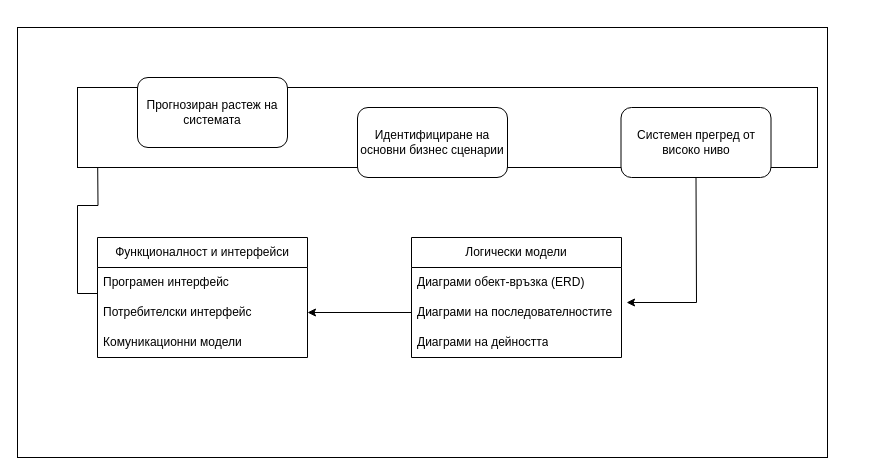
Before: Chapter2/DesignProcessIterations.drawio in profjordanov/phd, a draw.io diagram. Source tidied: cells renumbered, new cells numbered last; positions are measured from the earlier drawing's top-left corner, leaving out a move shared by most shapes. Both pictures are drawn from the tidied source at 100%, with x=0, y=0 at pixel (17, 27).
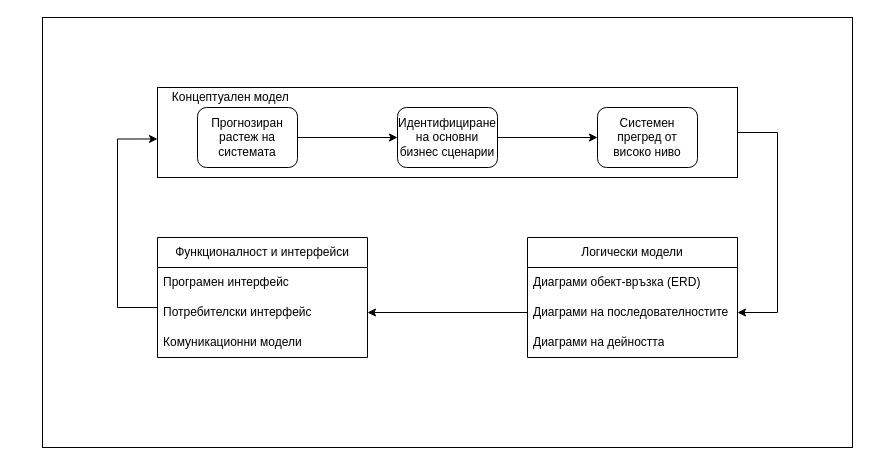
Above is the later version.

Unchanged cells that the change refers to:
```xml
<mxCell id="7" value="Диаграми на последователностите" style="text;strokeColor=none;fillColor=none;align=left;verticalAlign=middle;spacingLeft=4;spacingRight=4;overflow=hidden;points=[[0,0.5],[1,0.5]];portConstraint=eastwest;whiteSpace=wrap;html=1;" parent="5" vertex="1">
  <mxGeometry y="60" width="210" height="30" as="geometry" />
</mxCell>
<mxCell id="12" value="Програмен интерфейс" style="text;strokeColor=none;fillColor=none;align=left;verticalAlign=middle;spacingLeft=4;spacingRight=4;overflow=hidden;points=[[0,0.5],[1,0.5]];portConstraint=eastwest;whiteSpace=wrap;html=1;" parent="11" vertex="1">
  <mxGeometry y="30" width="210" height="30" as="geometry" />
</mxCell>
```

The edit, as a diff of the source:
```diff
@@
     <mxCell id="2" style="rounded=0;whiteSpace=wrap;html=1;" parent="1" vertex="1">
-      <mxGeometry width="810" height="430" as="geometry" />
+      <mxGeometry x="25" y="-10" width="810" height="430" as="geometry" />
     </mxCell>
     <mxCell id="3" style="edgeStyle=orthogonalEdgeStyle;rounded=0;orthogonalLoop=1;jettySize=auto;html=1;" parent="1" edge="1">
       <mxGeometry relative="1" as="geometry">
-        <mxPoint x="230" y="115" as="sourcePoint" />
-        <mxPoint x="340" y="115" as="targetPoint" />
+        <mxPoint x="310" y="115" as="sourcePoint" />
+        <mxPoint x="420" y="115" as="targetPoint" />
       </mxGeometry>
     </mxCell>
     <mxCell id="4" style="edgeStyle=orthogonalEdgeStyle;rounded=0;orthogonalLoop=1;jettySize=auto;html=1;" parent="1" edge="1">
       <mxGeometry relative="1" as="geometry">
-        <mxPoint x="490" y="115" as="sourcePoint" />
-        <mxPoint x="603.5" y="115" as="targetPoint" />
+        <mxPoint x="570" y="115" as="sourcePoint" />
+        <mxPoint x="683.5" y="115" as="targetPoint" />
       </mxGeometry>
     </mxCell>
     <mxCell id="5" value="Логически модели" style="swimlane;fontStyle=0;horizontal=1;startSize=30;whiteSpace=wrap;html=1;" parent="1" vertex="1">
-      <mxGeometry x="394" y="210" width="210" height="120" as="geometry" />
+      <mxGeometry x="510" y="210" width="210" height="120" as="geometry" />
     </mxCell>
@@
-    <mxCell id="9" style="edgeStyle=orthogonalEdgeStyle;rounded=0;jettySize=auto;html=1;entryX=1.024;entryY=0.167;entryDx=0;entryDy=0;entryPerimeter=0;" parent="1" edge="1" target="7">
-      <mxGeometry relative="1" as="geometry">
-        <mxPoint x="678.5" y="150" as="sourcePoint" />
-      </mxGeometry>
-    </mxCell>
-    <mxCell id="10" style="edgeStyle=orthogonalEdgeStyle;rounded=0;jettySize=auto;html=1;entryX=0;entryY=0.5;entryDx=0;entryDy=0;exitX=0;exitY=0.867;exitDx=0;exitDy=0;exitPerimeter=0;" parent="1" edge="1" source="12">
-      <mxGeometry relative="1" as="geometry">
-        <mxPoint x="80" y="115" as="targetPoint" />
-      </mxGeometry>
-    </mxCell>
     <mxCell id="11" value="Функционалност и интерфейси" style="swimlane;fontStyle=0;horizontal=1;startSize=30;whiteSpace=wrap;html=1;" parent="1" vertex="1">
-      <mxGeometry x="80" y="210" width="210" height="120" as="geometry" />
+      <mxGeometry x="140" y="210" width="210" height="120" as="geometry" />
     </mxCell>
@@
+    <mxCell id="20" style="edgeStyle=orthogonalEdgeStyle;rounded=0;jettySize=auto;html=1;entryX=1;entryY=0.5;entryDx=0;entryDy=0;" parent="1" edge="1" source="16" target="7">
+      <mxGeometry relative="1" as="geometry">
+        <Array as="points">
+          <mxPoint x="760" y="105" />
+          <mxPoint x="760" y="285" />
+        </Array>
+      </mxGeometry>
+    </mxCell>
+    <mxCell id="16" style="rounded=0;whiteSpace=wrap;html=1;" parent="1" vertex="1">
+      <mxGeometry x="140" y="60" width="580" height="90" as="geometry" />
+    </mxCell>
+    <mxCell id="21" style="edgeStyle=orthogonalEdgeStyle;rounded=0;jettySize=auto;html=1;" parent="1" edge="1" source="18" target="19">
+      <mxGeometry relative="1" as="geometry" />
+    </mxCell>
+    <mxCell id="18" value="Идентифициране на основни бизнес сценарии" style="rounded=1;whiteSpace=wrap;html=1;" parent="1" vertex="1">
+      <mxGeometry x="380" y="80" width="100" height="60" as="geometry" />
+    </mxCell>
+    <mxCell id="22" style="edgeStyle=orthogonalEdgeStyle;rounded=0;jettySize=auto;html=1;" parent="1" edge="1" source="17" target="18">
+      <mxGeometry relative="1" as="geometry" />
+    </mxCell>
+    <mxCell id="17" value="Прогнозиран растеж на системата" style="rounded=1;whiteSpace=wrap;html=1;" parent="1" vertex="1">
+      <mxGeometry x="180" y="80" width="100" height="60" as="geometry" />
+    </mxCell>
+    <mxCell id="19" value="Системен прегред от високо ниво" style="rounded=1;whiteSpace=wrap;html=1;" parent="1" vertex="1">
+      <mxGeometry x="580" y="80" width="100" height="60" as="geometry" />
+    </mxCell>
@@
-    <mxCell id="16" style="rounded=0;whiteSpace=wrap;html=1;" parent="1" vertex="1">
-      <mxGeometry x="60" y="60" width="740" height="80" as="geometry" />
-    </mxCell>
-    <mxCell id="17" value="Прогнозиран растеж на системата" style="rounded=1;whiteSpace=wrap;html=1;" parent="1" vertex="1">
-      <mxGeometry x="120" y="50" width="150" height="70" as="geometry" />
-    </mxCell>
-    <mxCell id="18" value="Идентифициране на основни бизнес сценарии" style="rounded=1;whiteSpace=wrap;html=1;" parent="1" vertex="1">
-      <mxGeometry x="340" y="80" width="150" height="70" as="geometry" />
-    </mxCell>
-    <mxCell id="19" value="Системен прегред от високо ниво" style="rounded=1;whiteSpace=wrap;html=1;" parent="1" vertex="1">
-      <mxGeometry x="603.5" y="80" width="150" height="70" as="geometry" />
-    </mxCell>
+    <mxCell id="23" style="edgeStyle=orthogonalEdgeStyle;rounded=0;jettySize=auto;html=1;entryX=0;entryY=0.572;entryDx=0;entryDy=0;entryPerimeter=0;" parent="1" edge="1" source="11" target="16">
+      <mxGeometry relative="1" as="geometry">
+        <Array as="points">
+          <mxPoint x="100" y="280" />
+          <mxPoint x="100" y="112" />
+        </Array>
+      </mxGeometry>
+    </mxCell>
+    <mxCell id="24" value="Концептуален модел&amp;nbsp;" style="text;html=1;strokeColor=none;fillColor=none;align=center;verticalAlign=middle;whiteSpace=wrap;rounded=0;" parent="1" vertex="1">
+      <mxGeometry x="140" y="60" width="150" height="20" as="geometry" />
+    </mxCell>
```
